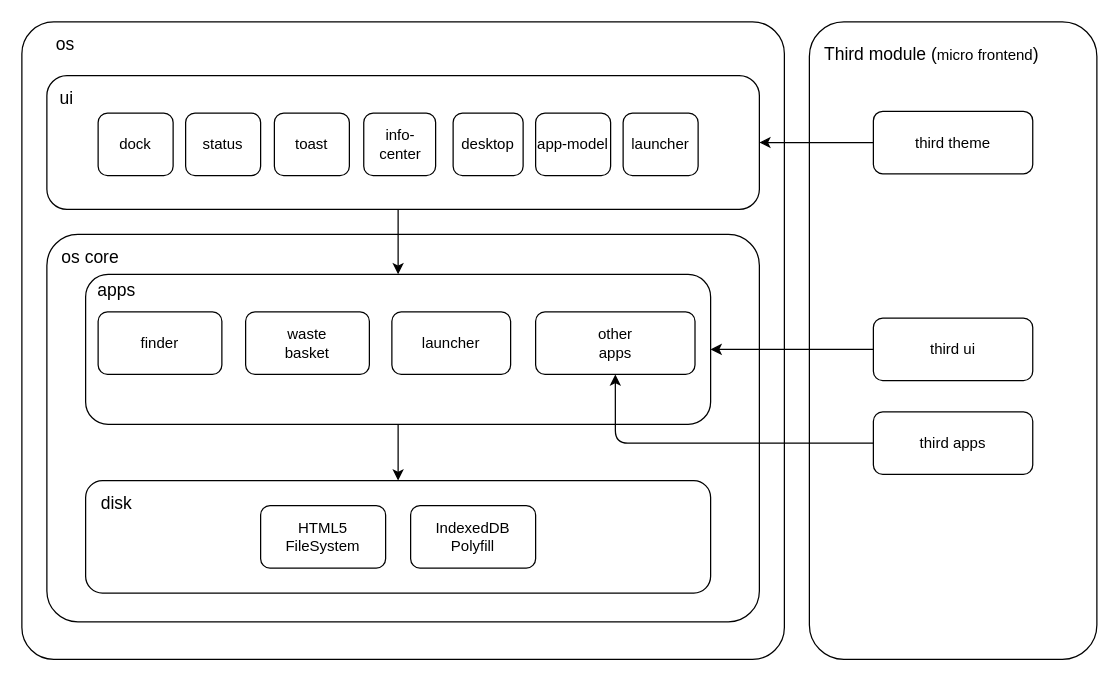
The draw.io diagram design.drawio in theajack/mac, before the edit. Source tidied: cells renumbered, new cells numbered last; positions are measured from the earlier drawing's top-left corner, leaving out a move shared by most shapes. Both pictures are drawn from the tidied source at 125%, with x=0, y=0 at pixel (21, 21).
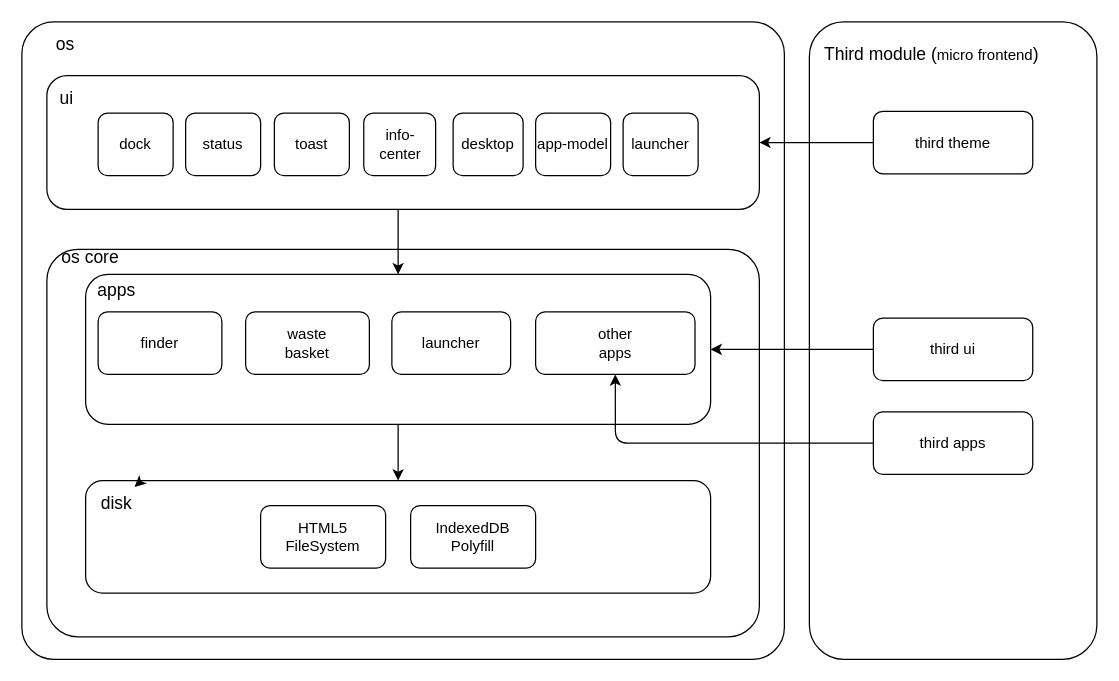
The same page after the edit.

Unchanged cells that the change refers to:
```xml
<mxCell id="7" value="&lt;span style=&quot;font-size: 14px&quot;&gt;disk&lt;/span&gt;" style="text;html=1;strokeColor=none;fillColor=none;align=center;verticalAlign=middle;whiteSpace=wrap;rounded=0;" parent="1" vertex="1">
  <mxGeometry x="51" y="367" width="50" height="35" as="geometry" />
</mxCell>
```

Diff of the diagram source:
```diff
@@
     <mxCell id="4" style="rounded=1;whiteSpace=wrap;html=1;arcSize=8;" parent="1" vertex="1">
-      <mxGeometry x="20" y="170" width="570" height="310" as="geometry" />
+      <mxGeometry x="20" y="182" width="570" height="310" as="geometry" />
     </mxCell>
@@
+    <mxCell id="35" style="edgeStyle=none;html=1;entryX=0.123;entryY=0.613;entryDx=0;entryDy=0;entryPerimeter=0;" parent="1" edge="1" source="7" target="4">
+      <mxGeometry relative="1" as="geometry" />
+    </mxCell>
```
